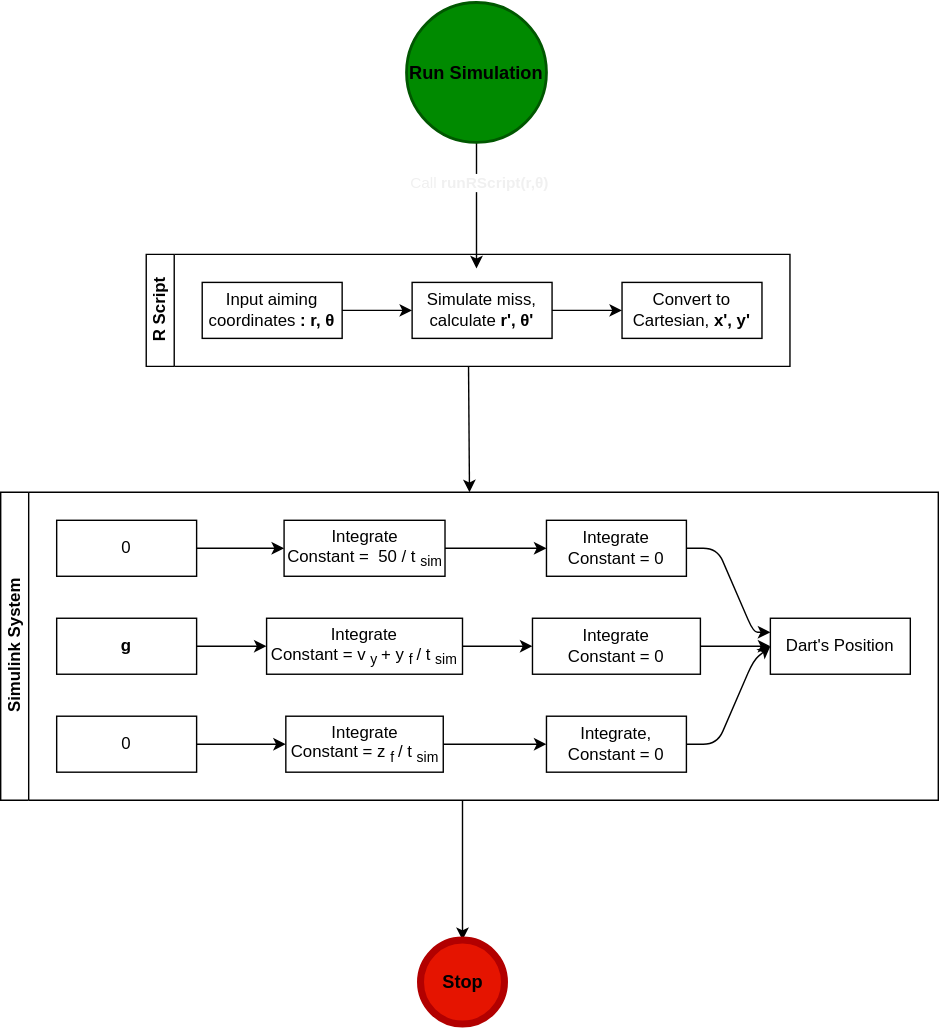
Above: img/projFlow.drawio.svg in ojaroker/Darts (draw.io), before the change. Source tidied: cells renumbered, new cells last; positions are measured from the earlier drawing's top-left corner, leaving out a move shared by most shapes. Its diagram source:
```xml
<mxGraphModel>
  <root>
    <mxCell id="0" />
    <mxCell id="1" parent="0" />
    <mxCell id="2" style="edgeStyle=none;html=1;fontColor=#000000;" parent="1" edge="1" source="4">
      <mxGeometry relative="1" as="geometry">
        <mxPoint x="340" y="190" as="targetPoint" />
      </mxGeometry>
    </mxCell>
    <mxCell id="3" value="&lt;font color=&quot;#f0f0f0&quot;&gt;Call &lt;b&gt;runRScript(r,θ)&lt;/b&gt;&lt;/font&gt;" style="edgeLabel;html=1;align=center;verticalAlign=middle;fontColor=#000000;" parent="2" vertex="1">
      <mxGeometry x="-0.36" y="1" relative="1" as="geometry" />
    </mxCell>
    <mxCell id="4" value="&lt;font size=&quot;1&quot; color=&quot;#000000&quot;&gt;&lt;b style=&quot;font-size: 13px;&quot;&gt;Run Simulation&lt;/b&gt;&lt;/font&gt;" style="strokeWidth=2;html=1;shape=mxgraph.flowchart.start_2;whiteSpace=wrap;fillColor=#008a00;fontColor=#ffffff;strokeColor=#005700;" parent="1" vertex="1">
      <mxGeometry x="290" width="100" height="100" as="geometry" />
    </mxCell>
    <mxCell id="5" style="edgeStyle=none;html=1;entryX=0.5;entryY=0;entryDx=0;entryDy=0;fontColor=#000000;" parent="1" edge="1" source="6" target="13">
      <mxGeometry relative="1" as="geometry" />
    </mxCell>
    <mxCell id="6" value="R Script" style="swimlane;html=1;startSize=20;horizontal=0;flowOrientation=west;interRankCellSpacing=50;containerType=tree;fontSize=12;" parent="1" vertex="1">
      <mxGeometry x="104" y="180" width="460" height="80" as="geometry" />
    </mxCell>
    <mxCell id="7" value="Input aiming coordinates&lt;b&gt;: r,&amp;nbsp;&lt;span style=&quot;text-align: start;&quot;&gt;θ&lt;/span&gt;&lt;/b&gt;" style="whiteSpace=wrap;html=1;" parent="6" vertex="1">
      <mxGeometry x="40" y="20" width="100" height="40" as="geometry" />
    </mxCell>
    <mxCell id="8" value="Simulate miss, calculate&amp;nbsp;&lt;b&gt;r',&amp;nbsp;&lt;span style=&quot;&quot;&gt;θ'&lt;/span&gt;&lt;/b&gt;" style="whiteSpace=wrap;html=1;align=center;" parent="6" vertex="1">
      <mxGeometry x="190" y="20" width="100" height="40" as="geometry" />
    </mxCell>
    <mxCell id="9" style="html=1;rounded=1;curved=0;sourcePerimeterSpacing=0;targetPerimeterSpacing=0;startSize=6;endSize=6;noEdgeStyle=1;orthogonal=1;" parent="6" edge="1" source="7" target="8">
      <mxGeometry relative="1" as="geometry">
        <Array as="points">
          <mxPoint x="152" y="40" />
          <mxPoint x="178" y="40" />
        </Array>
      </mxGeometry>
    </mxCell>
    <mxCell id="10" style="html=1;rounded=1;curved=0;sourcePerimeterSpacing=0;targetPerimeterSpacing=0;startSize=6;endSize=6;noEdgeStyle=1;orthogonal=1;" parent="6" edge="1" source="8" target="11">
      <mxGeometry relative="1" as="geometry">
        <Array as="points">
          <mxPoint x="302" y="40" />
          <mxPoint x="328" y="40" />
        </Array>
      </mxGeometry>
    </mxCell>
    <mxCell id="11" value="Convert to Cartesian, &lt;b&gt;x', y'&lt;/b&gt;" style="whiteSpace=wrap;html=1;align=center;" parent="6" vertex="1">
      <mxGeometry x="340" y="20" width="100" height="40" as="geometry" />
    </mxCell>
    <mxCell id="12" style="edgeStyle=none;html=1;entryX=0.5;entryY=0;entryDx=0;entryDy=0;fontColor=#000000;" parent="1" edge="1" target="43">
      <mxGeometry relative="1" as="geometry">
        <mxPoint x="330" y="570" as="sourcePoint" />
      </mxGeometry>
    </mxCell>
    <mxCell id="13" value="Simulink System" style="swimlane;html=1;startSize=20;horizontal=0;flowOrientation=west;interRankCellSpacing=50;containerType=tree;fontSize=12;" parent="1" vertex="1">
      <mxGeometry y="350" width="670" height="220" as="geometry" />
    </mxCell>
    <mxCell id="14" value="0" style="whiteSpace=wrap;html=1;" parent="13" vertex="1">
      <mxGeometry x="40" y="20" width="100" height="40" as="geometry" />
    </mxCell>
    <mxCell id="15" value="Integrate&lt;br&gt;Constant =&amp;nbsp; 50 / t&lt;sub&gt;sim&lt;/sub&gt;" style="whiteSpace=wrap;html=1;" parent="13" vertex="1">
      <mxGeometry x="202.5" y="20" width="115" height="40" as="geometry" />
    </mxCell>
    <mxCell id="16" style="html=1;rounded=1;curved=0;sourcePerimeterSpacing=0;targetPerimeterSpacing=0;startSize=6;endSize=6;noEdgeStyle=1;orthogonal=1;" parent="13" edge="1" source="14" target="15">
      <mxGeometry relative="1" as="geometry">
        <Array as="points">
          <mxPoint x="152" y="40" />
          <mxPoint x="178" y="40" />
        </Array>
      </mxGeometry>
    </mxCell>
    <mxCell id="17" value="&lt;b&gt;g&lt;/b&gt;" style="whiteSpace=wrap;html=1;" parent="13" vertex="1">
      <mxGeometry x="40" y="90" width="100" height="40" as="geometry" />
    </mxCell>
    <mxCell id="18" value="0" style="whiteSpace=wrap;html=1;" parent="13" vertex="1">
      <mxGeometry x="40" y="160" width="100" height="40" as="geometry" />
    </mxCell>
    <mxCell id="19" style="html=1;rounded=1;curved=0;sourcePerimeterSpacing=0;targetPerimeterSpacing=0;startSize=6;endSize=6;noEdgeStyle=1;orthogonal=1;" parent="13" edge="1" source="15" target="20">
      <mxGeometry relative="1" as="geometry">
        <Array as="points">
          <mxPoint x="342" y="40" />
          <mxPoint x="368" y="40" />
        </Array>
      </mxGeometry>
    </mxCell>
    <mxCell id="20" value="Integrate&lt;br&gt;Constant = 0" style="whiteSpace=wrap;html=1;" parent="13" vertex="1">
      <mxGeometry x="390" y="20" width="100" height="40" as="geometry" />
    </mxCell>
    <mxCell id="21" style="html=1;rounded=1;curved=0;sourcePerimeterSpacing=0;targetPerimeterSpacing=0;startSize=6;endSize=6;noEdgeStyle=1;orthogonal=1;" parent="13" edge="1" source="20" target="22">
      <mxGeometry relative="1" as="geometry">
        <Array as="points">
          <mxPoint x="512" y="40" />
          <mxPoint x="538" y="100" />
        </Array>
      </mxGeometry>
    </mxCell>
    <mxCell id="22" value="Dart's Position" style="whiteSpace=wrap;html=1;" parent="13" vertex="1">
      <mxGeometry x="550" y="90" width="100" height="40" as="geometry" />
    </mxCell>
    <mxCell id="23" style="edgeStyle=none;html=1;noEdgeStyle=1;orthogonal=1;" parent="13" edge="1" source="18" target="24">
      <mxGeometry relative="1" as="geometry">
        <Array as="points">
          <mxPoint x="152" y="180" />
          <mxPoint x="178" y="180" />
        </Array>
      </mxGeometry>
    </mxCell>
    <mxCell id="24" value="Integrate&lt;br&gt;Constant = z&lt;sub&gt;f&amp;nbsp;&lt;/sub&gt;/ t&lt;sub&gt;sim&lt;/sub&gt;" style="whiteSpace=wrap;html=1;" parent="13" vertex="1">
      <mxGeometry x="203.8" y="160" width="112.5" height="40" as="geometry" />
    </mxCell>
    <mxCell id="25" style="edgeStyle=none;html=1;noEdgeStyle=1;orthogonal=1;" parent="13" edge="1" source="17" target="26">
      <mxGeometry relative="1" as="geometry">
        <Array as="points">
          <mxPoint x="152" y="110" />
          <mxPoint x="178" y="110" />
        </Array>
      </mxGeometry>
    </mxCell>
    <mxCell id="26" value="Integrate&lt;br&gt;Constant = v&lt;sub&gt;y&lt;/sub&gt;&amp;nbsp;+ y&lt;sub&gt;f&amp;nbsp;&lt;/sub&gt;/ t&lt;sub&gt;sim&lt;/sub&gt;" style="whiteSpace=wrap;html=1;" parent="13" vertex="1">
      <mxGeometry x="190" y="90" width="140" height="40" as="geometry" />
    </mxCell>
    <mxCell id="27" style="edgeStyle=none;html=1;noEdgeStyle=1;orthogonal=1;" parent="13" edge="1" source="26" target="29">
      <mxGeometry relative="1" as="geometry">
        <Array as="points">
          <mxPoint x="342" y="110" />
          <mxPoint x="368" y="110" />
        </Array>
      </mxGeometry>
    </mxCell>
    <mxCell id="28" style="edgeStyle=none;html=1;entryX=0;entryY=0.5;entryDx=0;entryDy=0;fontSize=13;fontColor=#FFFFFF;noEdgeStyle=1;orthogonal=1;" parent="13" edge="1" source="29" target="22">
      <mxGeometry relative="1" as="geometry">
        <Array as="points">
          <mxPoint x="512" y="110" />
          <mxPoint x="536" y="110" />
        </Array>
      </mxGeometry>
    </mxCell>
    <mxCell id="29" value="Integrate&lt;br&gt;Constant = 0" style="whiteSpace=wrap;html=1;" parent="13" vertex="1">
      <mxGeometry x="380" y="90" width="120" height="40" as="geometry" />
    </mxCell>
    <mxCell id="30" style="edgeStyle=none;html=1;noEdgeStyle=1;orthogonal=1;" parent="13" edge="1" source="24" target="32">
      <mxGeometry relative="1" as="geometry">
        <Array as="points">
          <mxPoint x="342" y="180" />
          <mxPoint x="368" y="180" />
        </Array>
      </mxGeometry>
    </mxCell>
    <mxCell id="31" style="edgeStyle=none;html=1;entryX=0;entryY=0.5;entryDx=0;entryDy=0;fontSize=13;fontColor=#FFFFFF;noEdgeStyle=1;orthogonal=1;" parent="13" edge="1" source="32" target="22">
      <mxGeometry relative="1" as="geometry">
        <Array as="points">
          <mxPoint x="512" y="180" />
          <mxPoint x="538" y="120" />
        </Array>
      </mxGeometry>
    </mxCell>
    <mxCell id="32" value="Integrate,&lt;br&gt;Constant = 0" style="whiteSpace=wrap;html=1;" parent="13" vertex="1">
      <mxGeometry x="390" y="160" width="100" height="40" as="geometry" />
    </mxCell>
    <mxCell id="33" value="&lt;font color=&quot;#ffffff&quot;&gt;x acceleration&lt;/font&gt;" style="text;html=1;align=center;verticalAlign=middle;strokeColor=none;fillColor=none;fontSize=13;fontColor=#000000;" parent="1" vertex="1">
      <mxGeometry x="38" y="405" width="100" height="30" as="geometry" />
    </mxCell>
    <mxCell id="34" value="y acceleration&lt;br&gt;" style="text;html=1;align=center;verticalAlign=middle;strokeColor=none;fillColor=none;fontSize=13;fontColor=#FFFFFF;" parent="1" vertex="1">
      <mxGeometry x="38" y="474" width="100" height="30" as="geometry" />
    </mxCell>
    <mxCell id="35" value="x velocity" style="text;html=1;align=center;verticalAlign=middle;strokeColor=none;fillColor=none;fontSize=13;fontColor=#FFFFFF;" parent="1" vertex="1">
      <mxGeometry x="220" y="402" width="80" height="30" as="geometry" />
    </mxCell>
    <mxCell id="36" value="x position" style="text;html=1;align=center;verticalAlign=middle;strokeColor=none;fillColor=none;fontSize=13;fontColor=#FFFFFF;" parent="1" vertex="1">
      <mxGeometry x="401" y="405" width="80" height="30" as="geometry" />
    </mxCell>
    <mxCell id="37" value="y velocity" style="text;html=1;align=center;verticalAlign=middle;strokeColor=none;fillColor=none;fontSize=13;fontColor=#FFFFFF;" parent="1" vertex="1">
      <mxGeometry x="213" y="473" width="80" height="30" as="geometry" />
    </mxCell>
    <mxCell id="38" value="y position" style="text;html=1;align=center;verticalAlign=middle;strokeColor=none;fillColor=none;fontSize=13;fontColor=#FFFFFF;" parent="1" vertex="1">
      <mxGeometry x="394" y="472" width="80" height="30" as="geometry" />
    </mxCell>
    <mxCell id="39" value="z acceleration" style="text;html=1;align=center;verticalAlign=middle;strokeColor=none;fillColor=none;fontSize=13;fontColor=#FFFFFF;" parent="1" vertex="1">
      <mxGeometry x="38" y="545" width="100" height="30" as="geometry" />
    </mxCell>
    <mxCell id="40" value="z position" style="text;html=1;align=center;verticalAlign=middle;strokeColor=none;fillColor=none;fontSize=13;fontColor=#FFFFFF;" parent="1" vertex="1">
      <mxGeometry x="392" y="545" width="80" height="30" as="geometry" />
    </mxCell>
    <mxCell id="41" value="z velocity" style="text;html=1;align=center;verticalAlign=middle;strokeColor=none;fillColor=none;fontSize=13;fontColor=#FFFFFF;" parent="1" vertex="1">
      <mxGeometry x="219" y="545" width="80" height="30" as="geometry" />
    </mxCell>
    <mxCell id="42" value="Virtual Reality&lt;br&gt;Sink Block" style="text;html=1;align=center;verticalAlign=middle;strokeColor=none;fillColor=none;fontSize=13;fontColor=#FFFFFF;" parent="1" vertex="1">
      <mxGeometry x="549" y="479" width="100" height="40" as="geometry" />
    </mxCell>
    <mxCell id="43" value="&lt;b&gt;&lt;font color=&quot;#000000&quot;&gt;Stop&lt;/font&gt;&lt;/b&gt;" style="shape=ellipse;html=1;dashed=0;whitespace=wrap;strokeWidth=5;perimeter=ellipsePerimeter;fontSize=13;fontColor=#ffffff;fillColor=#e51400;strokeColor=#B20000;" parent="1" vertex="1">
      <mxGeometry x="300" y="670" width="60" height="60" as="geometry" />
    </mxCell>
  </root>
</mxGraphModel>
```
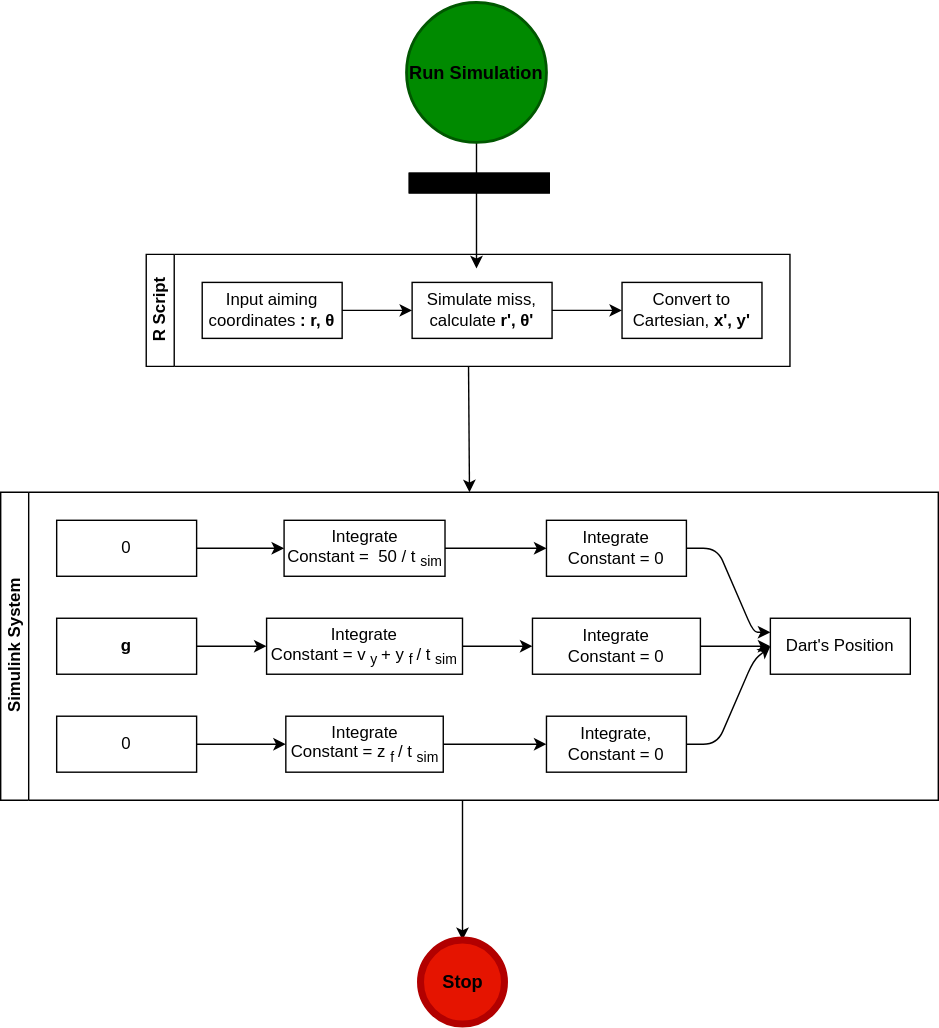
The same file after the commit.

The edit, as a diff of the source:
```diff
@@ -7,7 +7,7 @@
         <mxPoint x="340" y="190" as="targetPoint" />
       </mxGeometry>
     </mxCell>
-    <mxCell id="3" value="&lt;font color=&quot;#f0f0f0&quot;&gt;Call &lt;b&gt;runRScript(r,θ)&lt;/b&gt;&lt;/font&gt;" style="edgeLabel;html=1;align=center;verticalAlign=middle;fontColor=#000000;" parent="2" vertex="1">
+    <mxCell id="3" value="Call &lt;b style=&quot;&quot;&gt;runRScript(r,θ)&lt;/b&gt;" style="edgeLabel;html=1;align=center;verticalAlign=middle;fontColor=#000000;labelBorderColor=default;labelBackgroundColor=#000000;" parent="2" vertex="1">
       <mxGeometry x="-0.36" y="1" relative="1" as="geometry" />
     </mxCell>
     <mxCell id="4" value="&lt;font size=&quot;1&quot; color=&quot;#000000&quot;&gt;&lt;b style=&quot;font-size: 13px;&quot;&gt;Run Simulation&lt;/b&gt;&lt;/font&gt;" style="strokeWidth=2;html=1;shape=mxgraph.flowchart.start_2;whiteSpace=wrap;fillColor=#008a00;fontColor=#ffffff;strokeColor=#005700;" parent="1" vertex="1">
```
